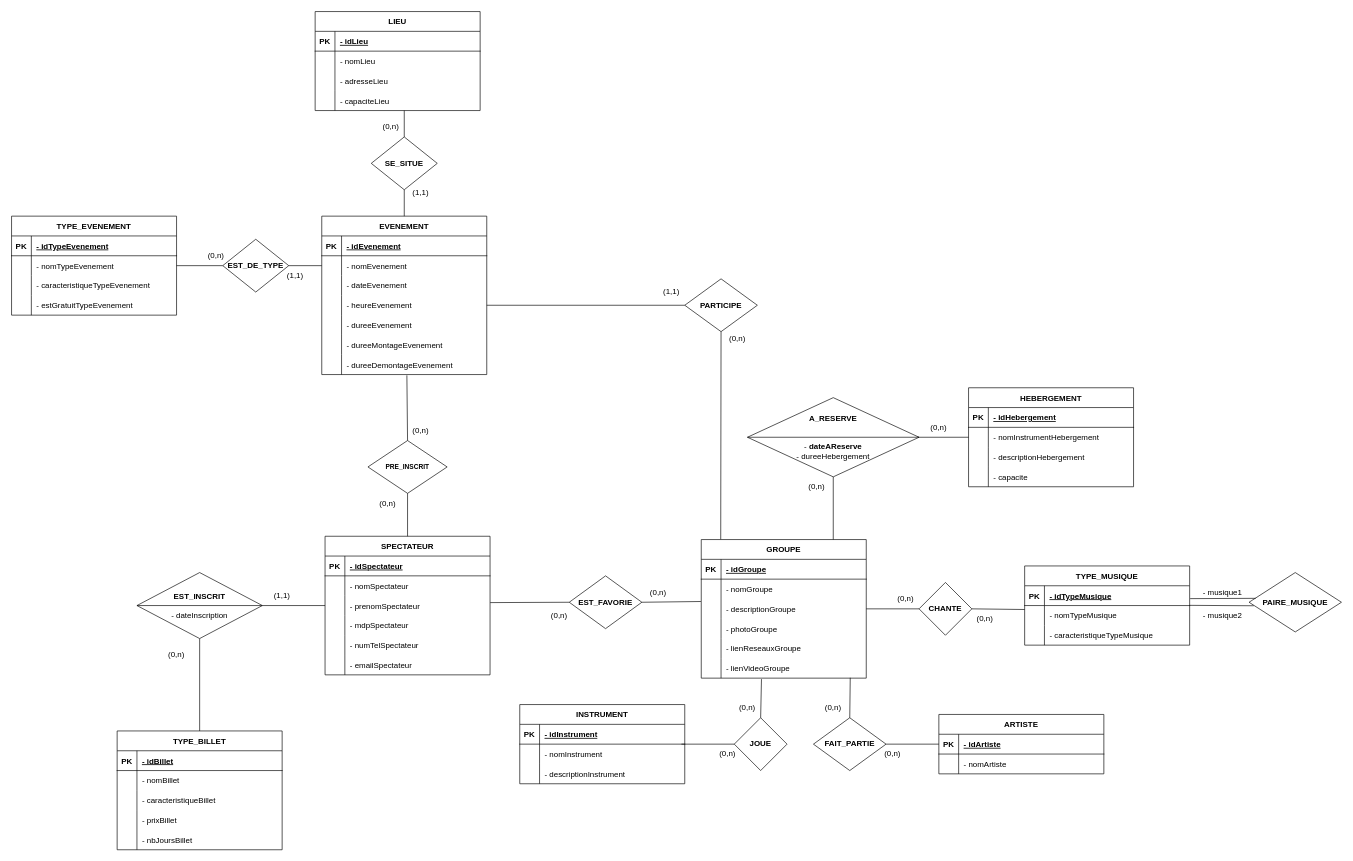
RomainMechain/SAE_BD keeps this draw.io diagram as docs/Diagramme.drawio. Above is the earlier version. Source tidied: cells renumbered, new cells numbered last; positions are measured from the earlier drawing's top-left corner, leaving out a move shared by most shapes. Both pictures are drawn from the tidied source at 66%, with x=0, y=0 at pixel (11, 11).
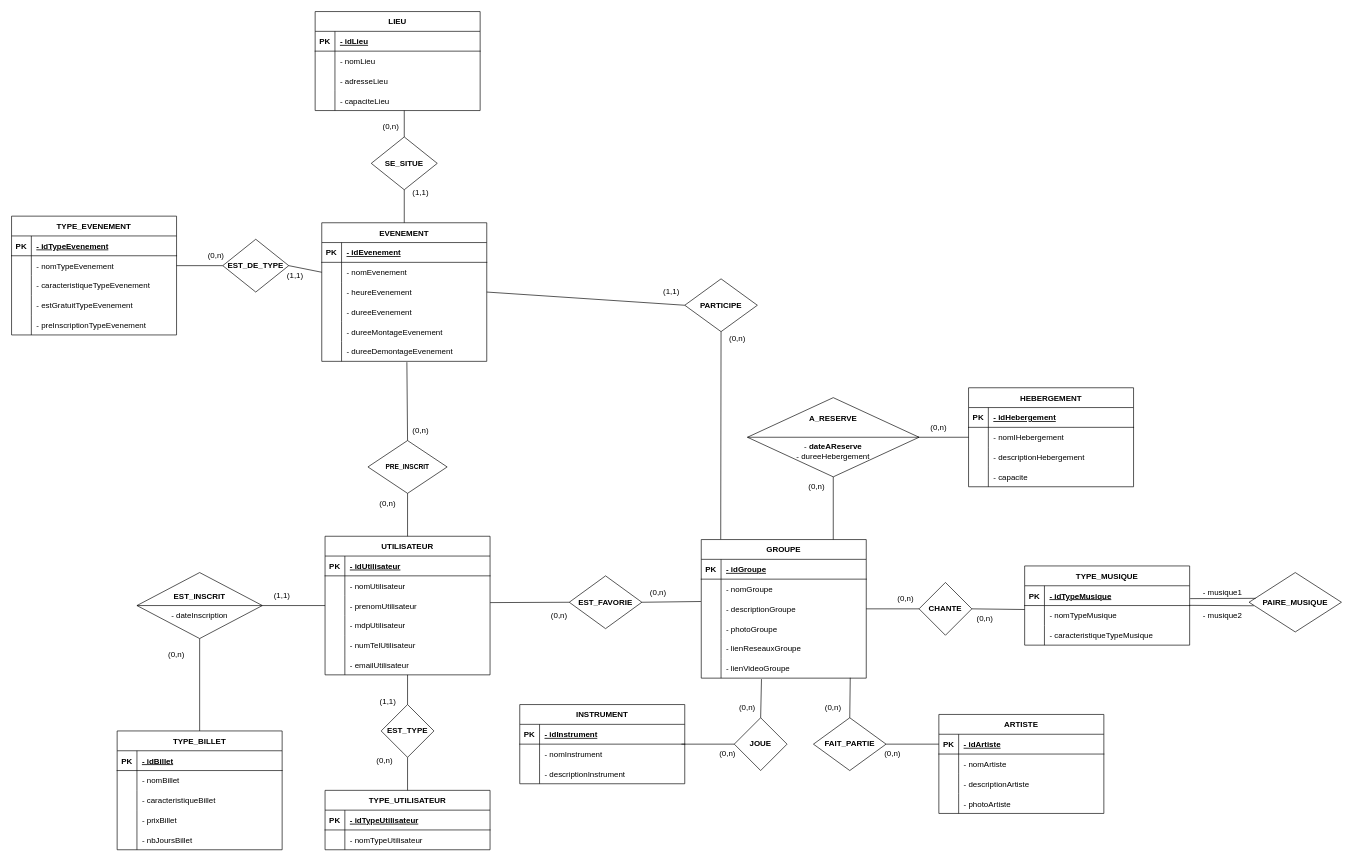
After the change.

The change refers to these unchanged cells:
```xml
<mxCell id="3" style="shape=partialRectangle;fillColor=none;top=0;left=0;right=0;bottom=1;" parent="2" vertex="1">
  <mxGeometry y="30" width="250" height="30" as="geometry" />
</mxCell>
<mxCell id="6" style="shape=partialRectangle;fillColor=none;top=0;left=0;right=0;bottom=0;" parent="2" vertex="1">
  <mxGeometry y="60" width="250" height="30" as="geometry" />
</mxCell>
<mxCell id="9" style="shape=partialRectangle;fillColor=none;points=[[0,0.5],[1,0.5]];portConstraint=eastwest;top=0;left=0;right=0;bottom=0;" parent="2" vertex="1">
  <mxGeometry y="90" width="250" height="30" as="geometry" />
</mxCell>
<mxCell id="12" style="shape=partialRectangle;fillColor=none;top=0;left=0;right=0;bottom=0;" parent="2" vertex="1">
  <mxGeometry y="120" width="250" height="30" as="geometry" />
</mxCell>
<mxCell id="15" style="shape=partialRectangle;fillColor=none;top=0;left=0;right=0;bottom=0;" parent="2" vertex="1">
  <mxGeometry y="150" width="250" height="30" as="geometry" />
</mxCell>
<mxCell id="18" style="shape=partialRectangle;fillColor=none;top=0;left=0;right=0;bottom=0;" parent="2" vertex="1">
  <mxGeometry y="180" width="250" height="30" as="geometry" />
</mxCell>
<mxCell id="135" style="shape=partialRectangle;fillColor=none;points=[[0,0.5],[1,0.5]];portConstraint=eastwest;top=0;left=0;right=0;bottom=0;" parent="131" vertex="1">
  <mxGeometry y="60" width="250" height="30" as="geometry" />
</mxCell>
```

The edit, as a diff of the source:
```diff
@@
-    <mxCell id="2" value="SPECTATEUR" style="shape=table;startSize=30;childLayout=tableLayout;rowLines=0;fontStyle=1;align=center;" parent="1" vertex="1">
+    <mxCell id="2" value="UTILISATEUR" style="shape=table;startSize=30;childLayout=tableLayout;rowLines=0;fontStyle=1;align=center;" parent="1" vertex="1">
       <mxGeometry x="475" y="795" width="250" height="210" as="geometry" />
     </mxCell>
@@
-    <mxCell id="5" value="- idSpectateur" style="shape=partialRectangle;overflow=hidden;fillColor=none;top=0;left=0;bottom=0;right=0;align=left;spacingLeft=6;fontStyle=5;" parent="3" vertex="1">
+    <mxCell id="5" value="- idUtilisateur" style="shape=partialRectangle;overflow=hidden;fillColor=none;top=0;left=0;bottom=0;right=0;align=left;spacingLeft=6;fontStyle=5;" parent="3" vertex="1">
       <mxGeometry x="30" width="220" height="30" as="geometry" />
     </mxCell>
@@
-    <mxCell id="8" value="- nomSpectateur" style="shape=partialRectangle;overflow=hidden;fillColor=none;top=0;left=0;bottom=0;right=0;align=left;spacingLeft=6;" parent="6" vertex="1">
+    <mxCell id="8" value="- nomUtilisateur" style="shape=partialRectangle;overflow=hidden;fillColor=none;top=0;left=0;bottom=0;right=0;align=left;spacingLeft=6;" parent="6" vertex="1">
       <mxGeometry x="30" width="220" height="30" as="geometry" />
     </mxCell>
@@
-    <mxCell id="11" value="- prenomSpectateur" style="shape=partialRectangle;overflow=hidden;fillColor=none;top=0;left=0;bottom=0;right=0;align=left;spacingLeft=6;" parent="9" vertex="1">
+    <mxCell id="11" value="- prenomUtilisateur" style="shape=partialRectangle;overflow=hidden;fillColor=none;top=0;left=0;bottom=0;right=0;align=left;spacingLeft=6;" parent="9" vertex="1">
       <mxGeometry x="30" width="220" height="30" as="geometry" />
     </mxCell>
@@
-    <mxCell id="14" value="- mdpSpectateur" style="shape=partialRectangle;overflow=hidden;fillColor=none;top=0;left=0;bottom=0;right=0;align=left;spacingLeft=6;" parent="12" vertex="1">
+    <mxCell id="14" value="- mdpUtilisateur" style="shape=partialRectangle;overflow=hidden;fillColor=none;top=0;left=0;bottom=0;right=0;align=left;spacingLeft=6;" parent="12" vertex="1">
       <mxGeometry x="30" width="220" height="30" as="geometry" />
     </mxCell>
@@
-    <mxCell id="17" value="- numTelSpectateur" style="shape=partialRectangle;overflow=hidden;fillColor=none;top=0;left=0;bottom=0;right=0;align=left;spacingLeft=6;" parent="15" vertex="1">
+    <mxCell id="17" value="- numTelUtilisateur" style="shape=partialRectangle;overflow=hidden;fillColor=none;top=0;left=0;bottom=0;right=0;align=left;spacingLeft=6;" parent="15" vertex="1">
       <mxGeometry x="30" width="220" height="30" as="geometry" />
     </mxCell>
@@
-    <mxCell id="20" value="- emailSpectateur" style="shape=partialRectangle;overflow=hidden;fillColor=none;top=0;left=0;bottom=0;right=0;align=left;spacingLeft=6;" parent="18" vertex="1">
+    <mxCell id="20" value="- emailUtilisateur" style="shape=partialRectangle;overflow=hidden;fillColor=none;top=0;left=0;bottom=0;right=0;align=left;spacingLeft=6;" parent="18" vertex="1">
       <mxGeometry x="30" width="220" height="30" as="geometry" />
     </mxCell>
@@
     <mxCell id="50" value="EVENEMENT" style="shape=table;startSize=30;childLayout=tableLayout;rowLines=0;fontStyle=1;align=center;" parent="1" vertex="1">
-      <mxGeometry x="470" y="310" width="250" height="240" as="geometry" />
+      <mxGeometry x="470" y="320" width="250" height="210" as="geometry" />
     </mxCell>
@@
-    <mxCell id="57" style="shape=partialRectangle;fillColor=none;top=0;left=0;right=0;bottom=0;" parent="50" vertex="1">
-      <mxGeometry y="90" width="250" height="30" as="geometry" />
-    </mxCell>
-    <mxCell id="58" style="shape=partialRectangle;overflow=hidden;fillColor=none;top=0;left=0;bottom=0;right=0;" parent="57" vertex="1">
-      <mxGeometry width="30" height="30" as="geometry" />
-    </mxCell>
-    <mxCell id="59" value="- dateEvenement" style="shape=partialRectangle;overflow=hidden;fillColor=none;top=0;left=0;bottom=0;right=0;align=left;spacingLeft=6;" parent="57" vertex="1">
-      <mxGeometry x="30" width="220" height="30" as="geometry" />
-    </mxCell>
     <mxCell id="60" style="shape=partialRectangle;fillColor=none;points=[[0,0.5],[1,0.5]];portConstraint=eastwest;top=0;left=0;right=0;bottom=0;" parent="50" vertex="1">
-      <mxGeometry y="120" width="250" height="30" as="geometry" />
+      <mxGeometry y="90" width="250" height="30" as="geometry" />
     </mxCell>
@@
     <mxCell id="63" style="shape=partialRectangle;fillColor=none;top=0;left=0;right=0;bottom=0;" parent="50" vertex="1">
-      <mxGeometry y="150" width="250" height="30" as="geometry" />
+      <mxGeometry y="120" width="250" height="30" as="geometry" />
     </mxCell>
@@
     <mxCell id="66" style="shape=partialRectangle;fillColor=none;top=0;left=0;right=0;bottom=0;" parent="50" vertex="1">
-      <mxGeometry y="180" width="250" height="30" as="geometry" />
+      <mxGeometry y="150" width="250" height="30" as="geometry" />
     </mxCell>
@@
     <mxCell id="69" style="shape=partialRectangle;fillColor=none;points=[[0,0.5],[1,0.5]];portConstraint=eastwest;top=0;left=0;right=0;bottom=0;" parent="50" vertex="1">
-      <mxGeometry y="210" width="250" height="30" as="geometry" />
+      <mxGeometry y="180" width="250" height="30" as="geometry" />
     </mxCell>
@@
     <mxCell id="72" value="TYPE_EVENEMENT" style="shape=table;startSize=30;childLayout=tableLayout;rowLines=0;fontStyle=1;align=center;" parent="1" vertex="1">
-      <mxGeometry y="310" width="250" height="150" as="geometry" />
+      <mxGeometry y="310" width="250" height="180" as="geometry" />
     </mxCell>
@@
+    <mxCell id="201" style="shape=partialRectangle;fillColor=none;top=0;left=0;right=0;bottom=0;" parent="72" vertex="1">
+      <mxGeometry y="150" width="250" height="30" as="geometry" />
+    </mxCell>
+    <mxCell id="202" style="shape=partialRectangle;overflow=hidden;fillColor=none;top=0;left=0;bottom=0;right=0;" parent="201" vertex="1">
+      <mxGeometry width="30" height="30" as="geometry" />
+    </mxCell>
+    <mxCell id="203" value="- preInscriptionTypeEvenement" style="shape=partialRectangle;overflow=hidden;fillColor=none;top=0;left=0;bottom=0;right=0;align=left;spacingLeft=6;" parent="201" vertex="1">
+      <mxGeometry x="30" width="220" height="30" as="geometry" />
+    </mxCell>
     <mxCell id="85" value="ARTISTE" style="shape=table;startSize=30;childLayout=tableLayout;rowLines=0;fontStyle=1;align=center;" parent="1" vertex="1">
-      <mxGeometry x="1405" y="1065" width="250" height="90" as="geometry" />
+      <mxGeometry x="1405" y="1065" width="250" height="150" as="geometry" />
     </mxCell>
@@
+    <mxCell id="57" style="shape=partialRectangle;fillColor=none;top=0;left=0;right=0;bottom=0;" parent="85" vertex="1">
+      <mxGeometry y="90" width="250" height="30" as="geometry" />
+    </mxCell>
+    <mxCell id="204" style="shape=partialRectangle;overflow=hidden;fillColor=none;top=0;left=0;bottom=0;right=0;" parent="57" vertex="1">
+      <mxGeometry width="30" height="30" as="geometry" />
+    </mxCell>
+    <mxCell id="205" value="- descriptionArtiste" style="shape=partialRectangle;overflow=hidden;fillColor=none;top=0;left=0;bottom=0;right=0;align=left;spacingLeft=6;" parent="57" vertex="1">
+      <mxGeometry x="30" width="220" height="30" as="geometry" />
+    </mxCell>
+    <mxCell id="206" style="shape=partialRectangle;fillColor=none;top=0;left=0;right=0;bottom=0;" parent="85" vertex="1">
+      <mxGeometry y="120" width="250" height="30" as="geometry" />
+    </mxCell>
+    <mxCell id="207" style="shape=partialRectangle;overflow=hidden;fillColor=none;top=0;left=0;bottom=0;right=0;" parent="206" vertex="1">
+      <mxGeometry width="30" height="30" as="geometry" />
+    </mxCell>
+    <mxCell id="208" value="- photoArtiste" style="shape=partialRectangle;overflow=hidden;fillColor=none;top=0;left=0;bottom=0;right=0;align=left;spacingLeft=6;" parent="206" vertex="1">
+      <mxGeometry x="30" width="220" height="30" as="geometry" />
+    </mxCell>
@@
-    <mxCell id="137" value="- nomInstrumentHebergement" style="shape=partialRectangle;overflow=hidden;fillColor=none;top=0;left=0;bottom=0;right=0;align=left;spacingLeft=6;" parent="135" vertex="1">
+    <mxCell id="137" value="- nomIHebergement" style="shape=partialRectangle;overflow=hidden;fillColor=none;top=0;left=0;bottom=0;right=0;align=left;spacingLeft=6;" parent="135" vertex="1">
       <mxGeometry x="30" width="220" height="30" as="geometry" />
     </mxCell>
@@
+    <mxCell id="209" value="TYPE_UTILISATEUR" style="shape=table;startSize=30;childLayout=tableLayout;rowLines=0;fontStyle=1;align=center;" parent="1" vertex="1">
+      <mxGeometry x="475" y="1180" width="250" height="90" as="geometry" />
+    </mxCell>
+    <mxCell id="210" style="shape=partialRectangle;fillColor=none;top=0;left=0;right=0;bottom=1;" parent="209" vertex="1">
+      <mxGeometry y="30" width="250" height="30" as="geometry" />
+    </mxCell>
+    <mxCell id="211" value="PK" style="shape=partialRectangle;overflow=hidden;fillColor=none;top=0;left=0;bottom=0;right=0;fontStyle=1;" parent="210" vertex="1">
+      <mxGeometry width="30" height="30" as="geometry" />
+    </mxCell>
+    <mxCell id="212" value="- idTypeUtilisateur" style="shape=partialRectangle;overflow=hidden;fillColor=none;top=0;left=0;bottom=0;right=0;align=left;spacingLeft=6;fontStyle=5;" parent="210" vertex="1">
+      <mxGeometry x="30" width="220" height="30" as="geometry" />
+    </mxCell>
+    <mxCell id="213" style="shape=partialRectangle;fillColor=none;top=0;left=0;right=0;bottom=0;" parent="209" vertex="1">
+      <mxGeometry y="60" width="250" height="30" as="geometry" />
+    </mxCell>
+    <mxCell id="214" style="shape=partialRectangle;overflow=hidden;fillColor=none;top=0;left=0;bottom=0;right=0;" parent="213" vertex="1">
+      <mxGeometry width="30" height="30" as="geometry" />
+    </mxCell>
+    <mxCell id="215" value="- nomTypeUtilisateur" style="shape=partialRectangle;overflow=hidden;fillColor=none;top=0;left=0;bottom=0;right=0;align=left;spacingLeft=6;" parent="213" vertex="1">
+      <mxGeometry x="30" width="220" height="30" as="geometry" />
+    </mxCell>
+    <mxCell id="216" value="&lt;b&gt;EST_TYPE&lt;/b&gt;" style="rhombus;whiteSpace=wrap;html=1;" parent="1" vertex="1">
+      <mxGeometry x="560" y="1050" width="80" height="80" as="geometry" />
+    </mxCell>
+    <mxCell id="217" style="endArrow=none;html=1;rounded=0;" parent="1" edge="1" source="216" target="2">
+      <mxGeometry relative="1" as="geometry" />
+    </mxCell>
+    <mxCell id="218" style="endArrow=none;html=1;rounded=0;" parent="1" edge="1" source="216" target="209">
+      <mxGeometry relative="1" as="geometry" />
+    </mxCell>
+    <mxCell id="219" value="(1,1)" style="text;html=1;align=center;verticalAlign=middle;strokeColor=none;fillColor=none;" parent="1" vertex="1">
+      <mxGeometry x="545" y="1030" width="50" height="30" as="geometry" />
+    </mxCell>
+    <mxCell id="220" value="(0,n)" style="text;html=1;align=center;verticalAlign=middle;strokeColor=none;fillColor=none;" parent="1" vertex="1">
+      <mxGeometry x="540" y="1120" width="50" height="30" as="geometry" />
+    </mxCell>
```
